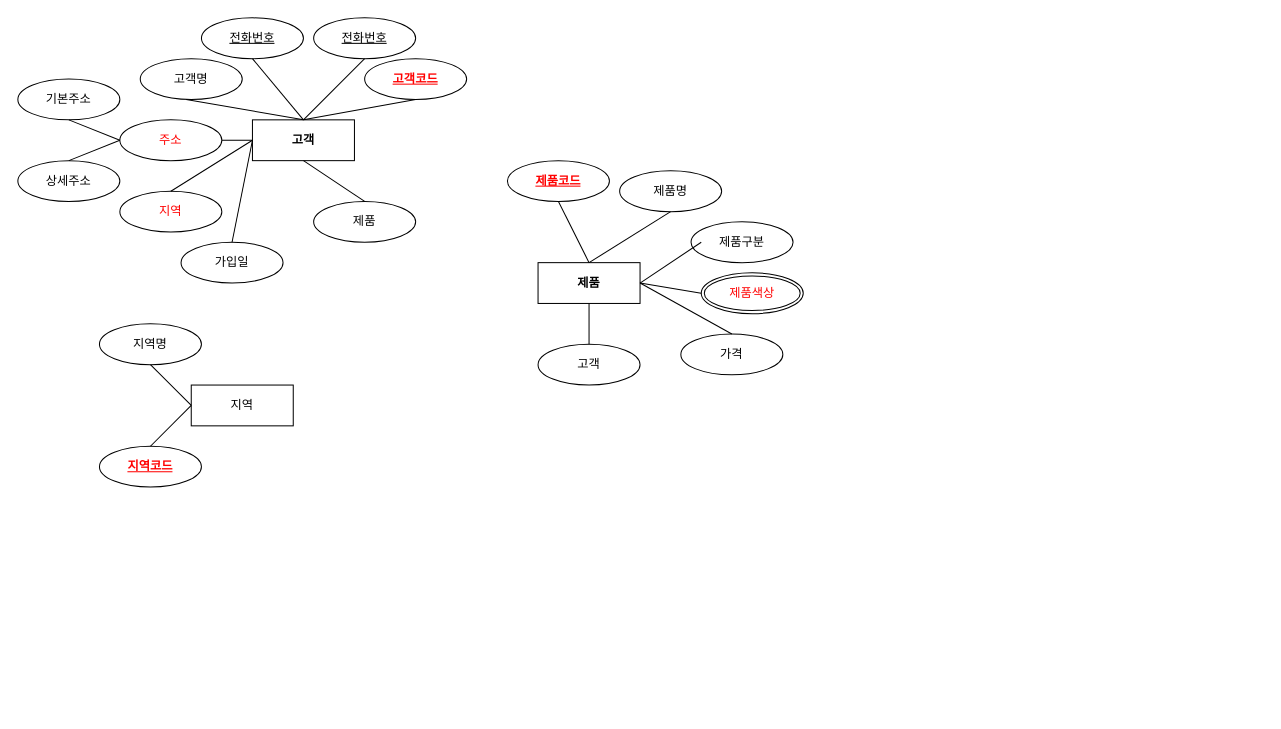
Earlier version of the draw.io diagram prodeuct.drawio (oin1230/OIN). Source tidied: cells renumbered, new cells numbered last; positions are measured from the earlier drawing's top-left corner, leaving out a move shared by most shapes. Both pictures are drawn from the tidied source at 102%, with x=0, y=0 at pixel (17, 17).
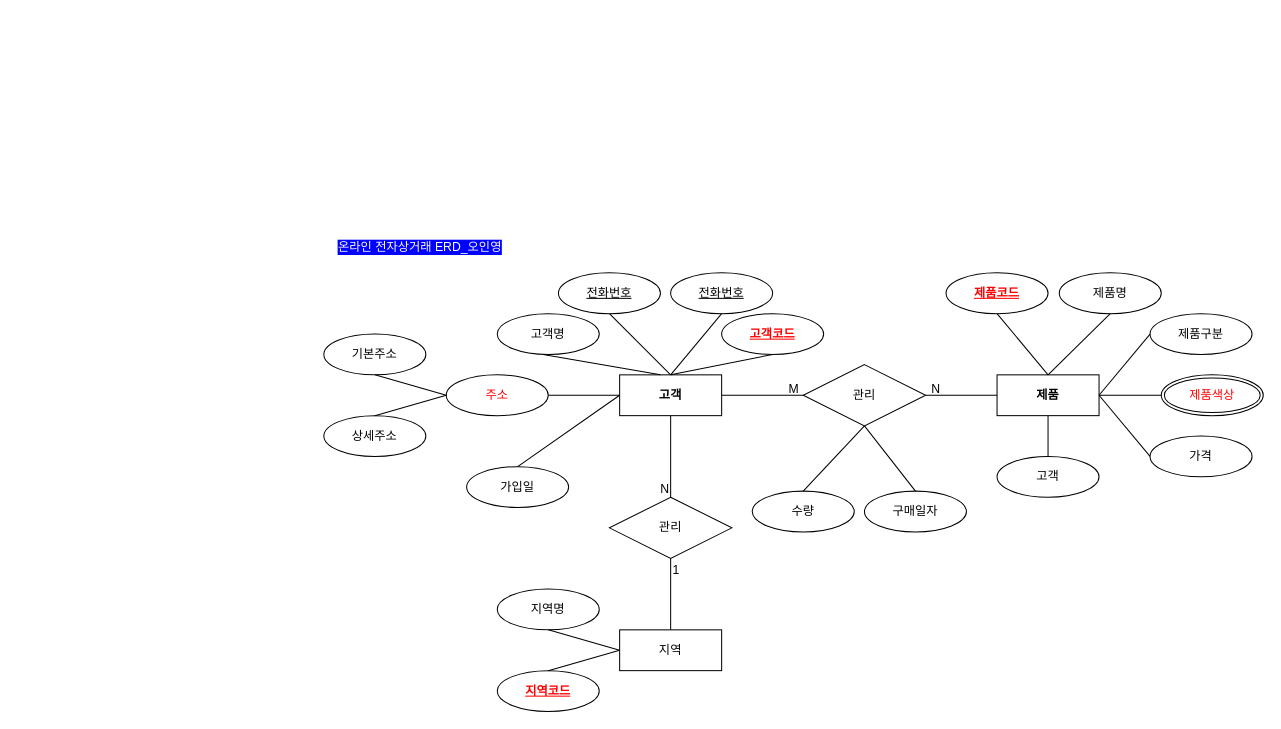
After the change.

Diff of the diagram source:
```diff
@@
     <mxCell id="2" value="고객" style="whiteSpace=wrap;html=1;align=center;fontStyle=1;" parent="1" vertex="1">
-      <mxGeometry x="230" y="100" width="100" height="40" as="geometry" />
+      <mxGeometry x="590" y="350" width="100" height="40" as="geometry" />
     </mxCell>
     <mxCell id="3" value="제품&lt;br&gt;" style="whiteSpace=wrap;html=1;align=center;fontStyle=1;" parent="1" vertex="1">
-      <mxGeometry x="510" y="240" width="100" height="40" as="geometry" />
+      <mxGeometry x="960" y="350" width="100" height="40" as="geometry" />
     </mxCell>
     <mxCell id="4" value="지역" style="whiteSpace=wrap;html=1;align=center;" parent="1" vertex="1">
-      <mxGeometry x="170" y="360" width="100" height="40" as="geometry" />
+      <mxGeometry x="590" y="600" width="100" height="40" as="geometry" />
     </mxCell>
     <mxCell id="5" value="전화번호" style="ellipse;whiteSpace=wrap;html=1;align=center;fontStyle=4;" parent="1" vertex="1">
-      <mxGeometry x="290" width="100" height="40" as="geometry" />
+      <mxGeometry x="640" y="250" width="100" height="40" as="geometry" />
     </mxCell>
     <mxCell id="6" value="전화번호" style="ellipse;whiteSpace=wrap;html=1;align=center;fontStyle=4;" parent="1" vertex="1">
-      <mxGeometry x="180" width="100" height="40" as="geometry" />
+      <mxGeometry x="530" y="250" width="100" height="40" as="geometry" />
     </mxCell>
     <mxCell id="7" value="고객명" style="ellipse;whiteSpace=wrap;html=1;align=center;" parent="1" vertex="1">
-      <mxGeometry x="120" y="40" width="100" height="40" as="geometry" />
+      <mxGeometry x="470" y="290" width="100" height="40" as="geometry" />
     </mxCell>
     <mxCell id="8" value="고객코드" style="ellipse;whiteSpace=wrap;html=1;align=center;fontStyle=5;fontColor=#FF0000;" parent="1" vertex="1">
-      <mxGeometry x="340" y="40" width="100" height="40" as="geometry" />
+      <mxGeometry x="690" y="290" width="100" height="40" as="geometry" />
     </mxCell>
     <mxCell id="9" value="제품코드" style="ellipse;whiteSpace=wrap;html=1;align=center;fontStyle=5;fontColor=#FF0000;" parent="1" vertex="1">
-      <mxGeometry x="480" y="140" width="100" height="40" as="geometry" />
+      <mxGeometry x="910" y="250" width="100" height="40" as="geometry" />
     </mxCell>
     <mxCell id="10" value="제품구분" style="ellipse;whiteSpace=wrap;html=1;align=center;fontStyle=0;" parent="1" vertex="1">
-      <mxGeometry x="660" y="200" width="100" height="40" as="geometry" />
+      <mxGeometry x="1110" y="290" width="100" height="40" as="geometry" />
     </mxCell>
     <mxCell id="11" value="제품명" style="ellipse;whiteSpace=wrap;html=1;align=center;fontStyle=0;" parent="1" vertex="1">
-      <mxGeometry x="590" y="150" width="100" height="40" as="geometry" />
+      <mxGeometry x="1021" y="250" width="100" height="40" as="geometry" />
     </mxCell>
     <mxCell id="12" value="제품색상" style="ellipse;shape=doubleEllipse;margin=3;whiteSpace=wrap;html=1;align=center;fontColor=#FF0000;" parent="1" vertex="1">
-      <mxGeometry x="670" y="250" width="100" height="40" as="geometry" />
+      <mxGeometry x="1121" y="350" width="100" height="40" as="geometry" />
     </mxCell>
     <mxCell id="13" value="가격" style="ellipse;whiteSpace=wrap;html=1;align=center;fontStyle=0;" parent="1" vertex="1">
-      <mxGeometry x="650" y="310" width="100" height="40" as="geometry" />
+      <mxGeometry x="1110" y="410" width="100" height="40" as="geometry" />
     </mxCell>
     <mxCell id="14" value="고객" style="ellipse;whiteSpace=wrap;html=1;align=center;fontStyle=0;" parent="1" vertex="1">
-      <mxGeometry x="510" y="320" width="100" height="40" as="geometry" />
+      <mxGeometry x="960" y="430" width="100" height="40" as="geometry" />
     </mxCell>
-    <mxCell id="15" value="제품" style="ellipse;whiteSpace=wrap;html=1;align=center;fontStyle=0;" parent="1" vertex="1">
-      <mxGeometry x="290" y="180" width="100" height="40" as="geometry" />
-    </mxCell>
     <mxCell id="16" value="가입일" style="ellipse;whiteSpace=wrap;html=1;align=center;" parent="1" vertex="1">
-      <mxGeometry x="160" y="220" width="100" height="40" as="geometry" />
+      <mxGeometry x="440" y="440" width="100" height="40" as="geometry" />
     </mxCell>
     <mxCell id="17" value="주소" style="ellipse;whiteSpace=wrap;html=1;align=center;fontColor=#FF0000;" parent="1" vertex="1">
-      <mxGeometry x="100" y="100" width="100" height="40" as="geometry" />
+      <mxGeometry x="420" y="350" width="100" height="40" as="geometry" />
     </mxCell>
     <mxCell id="18" value="기본주소" style="ellipse;whiteSpace=wrap;html=1;align=center;" parent="1" vertex="1">
-      <mxGeometry y="60" width="100" height="40" as="geometry" />
+      <mxGeometry x="300" y="310" width="100" height="40" as="geometry" />
     </mxCell>
     <mxCell id="19" value="상세주소" style="ellipse;whiteSpace=wrap;html=1;align=center;" parent="1" vertex="1">
-      <mxGeometry y="140" width="100" height="40" as="geometry" />
+      <mxGeometry x="300" y="390" width="100" height="40" as="geometry" />
     </mxCell>
     <mxCell id="20" value="지역명" style="ellipse;whiteSpace=wrap;html=1;align=center;" parent="1" vertex="1">
-      <mxGeometry x="80" y="300" width="100" height="40" as="geometry" />
+      <mxGeometry x="470" y="560" width="100" height="40" as="geometry" />
     </mxCell>
     <mxCell id="21" value="지역코드" style="ellipse;whiteSpace=wrap;html=1;align=center;fontStyle=5;fontColor=#FF0000;" parent="1" vertex="1">
-      <mxGeometry x="80" y="420" width="100" height="40" as="geometry" />
+      <mxGeometry x="470" y="640" width="100" height="40" as="geometry" />
     </mxCell>
-    <mxCell id="22" style="endArrow=none;html=1;rounded=0;entryX=0.5;entryY=1;entryDx=0;entryDy=0;exitX=0.5;exitY=0;exitDx=0;exitDy=0;" parent="1" edge="1" source="15" target="2">
-      <mxGeometry relative="1" as="geometry" />
-    </mxCell>
     <mxCell id="23" style="endArrow=none;html=1;rounded=0;exitX=0.5;exitY=0;exitDx=0;exitDy=0;" parent="1" edge="1" source="2">
       <mxGeometry relative="1" as="geometry">
-        <mxPoint x="340" y="40" as="targetPoint" />
+        <mxPoint x="690" y="290" as="targetPoint" />
       </mxGeometry>
     </mxCell>
@@
     <mxCell id="25" style="endArrow=none;html=1;rounded=0;entryX=0.5;entryY=1;entryDx=0;entryDy=0;" parent="1" edge="1" target="8">
       <mxGeometry relative="1" as="geometry">
-        <mxPoint x="280" y="100" as="sourcePoint" />
+        <mxPoint x="640" y="350" as="sourcePoint" />
       </mxGeometry>
     </mxCell>
     <mxCell id="26" style="endArrow=none;html=1;rounded=0;" parent="1" edge="1">
       <mxGeometry relative="1" as="geometry">
-        <mxPoint x="165" y="80" as="sourcePoint" />
-        <mxPoint x="280" y="100" as="targetPoint" />
+        <mxPoint x="515" y="330" as="sourcePoint" />
+        <mxPoint x="630" y="350" as="targetPoint" />
       </mxGeometry>
     </mxCell>
-    <mxCell id="27" style="endArrow=none;html=1;rounded=0;entryX=0;entryY=0.5;entryDx=0;entryDy=0;" parent="1" edge="1" target="2">
-      <mxGeometry relative="1" as="geometry">
-        <mxPoint x="200" y="120" as="sourcePoint" />
-      </mxGeometry>
+    <mxCell id="27" style="endArrow=none;html=1;rounded=0;entryX=0;entryY=0.5;entryDx=0;entryDy=0;exitX=1;exitY=0.5;exitDx=0;exitDy=0;" parent="1" edge="1" source="17" target="2">
+      <mxGeometry relative="1" as="geometry" />
     </mxCell>
-    <mxCell id="28" style="endArrow=none;html=1;rounded=0;entryX=0.5;entryY=1;entryDx=0;entryDy=0;exitX=0.5;exitY=1;exitDx=0;exitDy=0;" parent="1" edge="1" source="18">
-      <mxGeometry relative="1" as="geometry">
-        <mxPoint x="100" y="120" as="targetPoint" />
-      </mxGeometry>
+    <mxCell id="28" style="endArrow=none;html=1;rounded=0;entryX=0;entryY=0.5;entryDx=0;entryDy=0;exitX=0.5;exitY=1;exitDx=0;exitDy=0;" parent="1" edge="1" source="18" target="17">
+      <mxGeometry relative="1" as="geometry" />
     </mxCell>
-    <mxCell id="29" style="endArrow=none;html=1;rounded=0;entryX=0.5;entryY=1;entryDx=0;entryDy=0;fontStyle=1;exitX=0.5;exitY=0;exitDx=0;exitDy=0;" parent="1" edge="1" source="19">
+    <mxCell id="29" style="endArrow=none;html=1;rounded=0;fontStyle=1;exitX=0.5;exitY=0;exitDx=0;exitDy=0;" parent="1" edge="1" source="19">
       <mxGeometry relative="1" as="geometry">
-        <mxPoint x="100" y="120" as="targetPoint" />
+        <mxPoint x="420" y="370" as="targetPoint" />
       </mxGeometry>
     </mxCell>
-    <mxCell id="30" style="endArrow=none;html=1;rounded=0;entryX=0.5;entryY=1;entryDx=0;entryDy=0;exitX=0.5;exitY=0;exitDx=0;exitDy=0;" parent="1" edge="1" target="20">
-      <mxGeometry relative="1" as="geometry">
-        <mxPoint x="170" y="380" as="sourcePoint" />
-      </mxGeometry>
+    <mxCell id="30" style="endArrow=none;html=1;rounded=0;entryX=0.5;entryY=1;entryDx=0;entryDy=0;exitX=0;exitY=0.5;exitDx=0;exitDy=0;" parent="1" edge="1" source="4" target="20">
+      <mxGeometry relative="1" as="geometry" />
     </mxCell>
-    <mxCell id="31" style="endArrow=none;html=1;rounded=0;exitX=0.5;exitY=0;exitDx=0;exitDy=0;" parent="1" edge="1">
-      <mxGeometry relative="1" as="geometry">
-        <mxPoint x="130" y="420" as="sourcePoint" />
-        <mxPoint x="170" y="380" as="targetPoint" />
-      </mxGeometry>
+    <mxCell id="31" style="endArrow=none;html=1;rounded=0;exitX=0.5;exitY=0;exitDx=0;exitDy=0;entryX=0;entryY=0.5;entryDx=0;entryDy=0;" parent="1" edge="1" source="21" target="4">
+      <mxGeometry relative="1" as="geometry" />
     </mxCell>
     <mxCell id="32" style="endArrow=none;html=1;rounded=0;entryX=0.5;entryY=1;entryDx=0;entryDy=0;" parent="1" edge="1" target="11">
       <mxGeometry relative="1" as="geometry">
-        <mxPoint x="560" y="240" as="sourcePoint" />
+        <mxPoint x="1010" y="350" as="sourcePoint" />
       </mxGeometry>
     </mxCell>
@@
-    <mxCell id="34" style="endArrow=none;html=1;rounded=0;entryX=0.5;entryY=1;entryDx=0;entryDy=0;" parent="1" edge="1">
+    <mxCell id="34" style="endArrow=none;html=1;rounded=0;entryX=0;entryY=0.5;entryDx=0;entryDy=0;" parent="1" edge="1" target="10">
       <mxGeometry relative="1" as="geometry">
-        <mxPoint x="610" y="260" as="sourcePoint" />
-        <mxPoint x="670" y="220" as="targetPoint" />
+        <mxPoint x="1060" y="370" as="sourcePoint" />
       </mxGeometry>
     </mxCell>
@@
-    <mxCell id="36" style="endArrow=none;html=1;rounded=0;entryX=0.5;entryY=0;entryDx=0;entryDy=0;exitX=1;exitY=0.5;exitDx=0;exitDy=0;" parent="1" edge="1" source="3" target="13">
+    <mxCell id="36" style="endArrow=none;html=1;rounded=0;entryX=0;entryY=0.5;entryDx=0;entryDy=0;exitX=1;exitY=0.5;exitDx=0;exitDy=0;" parent="1" edge="1" source="3" target="13">
       <mxGeometry relative="1" as="geometry" />
     </mxCell>
     <mxCell id="37" style="endArrow=none;html=1;rounded=0;entryX=0.5;entryY=0;entryDx=0;entryDy=0;exitX=1;exitY=0.5;exitDx=0;exitDy=0;" parent="1" edge="1" target="14">
       <mxGeometry relative="1" as="geometry">
-        <mxPoint x="560" y="280" as="sourcePoint" />
+        <mxPoint x="1010" y="390" as="sourcePoint" />
       </mxGeometry>
     </mxCell>
@@
-    <mxCell id="39" value="지역" style="ellipse;whiteSpace=wrap;html=1;align=center;fontColor=#FF0000;" parent="1" vertex="1">
-      <mxGeometry x="100" y="170" width="100" height="40" as="geometry" />
-    </mxCell>
-    <mxCell id="40" style="endArrow=none;html=1;rounded=0;exitX=0.5;exitY=0;exitDx=0;exitDy=0;" parent="1" edge="1" source="39">
-      <mxGeometry relative="1" as="geometry">
-        <mxPoint x="230" y="120" as="targetPoint" />
-      </mxGeometry>
-    </mxCell>
+    <mxCell id="41" value="관리" style="shape=rhombus;perimeter=rhombusPerimeter;whiteSpace=wrap;html=1;align=center;" parent="1" vertex="1">
+      <mxGeometry x="580" y="470" width="120" height="60" as="geometry" />
+    </mxCell>
+    <mxCell id="42" value="관리" style="shape=rhombus;perimeter=rhombusPerimeter;whiteSpace=wrap;html=1;align=center;" parent="1" vertex="1">
+      <mxGeometry x="770" y="340" width="120" height="60" as="geometry" />
+    </mxCell>
+    <mxCell id="43" style="endArrow=none;html=1;rounded=0;entryX=0.5;entryY=1;entryDx=0;entryDy=0;exitX=0.5;exitY=0;exitDx=0;exitDy=0;" parent="1" edge="1" source="4" target="41">
+      <mxGeometry relative="1" as="geometry" />
+    </mxCell>
+    <mxCell id="44" value="1" style="html=1;whiteSpace=wrap;align=right;verticalAlign=bottom;" parent="43" vertex="1">
+      <mxGeometry x="1" relative="1" as="geometry">
+        <mxPoint x="10" y="20" as="offset" />
+      </mxGeometry>
+    </mxCell>
+    <mxCell id="45" style="endArrow=none;html=1;rounded=0;exitX=0.5;exitY=1;exitDx=0;exitDy=0;entryX=0.5;entryY=0;entryDx=0;entryDy=0;" parent="1" edge="1" source="2" target="41">
+      <mxGeometry relative="1" as="geometry" />
+    </mxCell>
+    <mxCell id="46" value="N" style="html=1;whiteSpace=wrap;align=right;verticalAlign=bottom;" parent="45" vertex="1">
+      <mxGeometry x="1" relative="1" as="geometry" />
+    </mxCell>
+    <mxCell id="47" style="endArrow=none;html=1;rounded=0;entryX=0;entryY=0.5;entryDx=0;entryDy=0;" parent="1" edge="1" target="42">
+      <mxGeometry relative="1" as="geometry">
+        <mxPoint x="770" y="370" as="sourcePoint" />
+      </mxGeometry>
+    </mxCell>
+    <mxCell id="48" style="endArrow=none;html=1;rounded=0;entryX=0;entryY=0.5;entryDx=0;entryDy=0;exitX=1;exitY=0.5;exitDx=0;exitDy=0;" parent="1" edge="1" source="2" target="42">
+      <mxGeometry relative="1" as="geometry" />
+    </mxCell>
+    <mxCell id="49" style="endArrow=none;html=1;rounded=0;entryX=0;entryY=0.5;entryDx=0;entryDy=0;" parent="1" edge="1" target="3">
+      <mxGeometry relative="1" as="geometry">
+        <mxPoint x="890" y="370" as="sourcePoint" />
+      </mxGeometry>
+    </mxCell>
+    <mxCell id="50" value="M" style="text;strokeColor=none;fillColor=none;spacingLeft=4;spacingRight=4;overflow=hidden;fontSize=12;whiteSpace=wrap;html=1;" parent="1" vertex="1">
+      <mxGeometry x="750" y="350" width="20" height="20" as="geometry" />
+    </mxCell>
+    <mxCell id="51" value="N" style="text;strokeColor=none;fillColor=none;spacingLeft=4;spacingRight=4;overflow=hidden;fontSize=12;whiteSpace=wrap;html=1;" parent="1" vertex="1">
+      <mxGeometry x="890" y="350" width="20" height="20" as="geometry" />
+    </mxCell>
+    <mxCell id="52" value="온라인 전자상거래 ERD_오인영" style="text;html=1;align=center;verticalAlign=middle;strokeColor=none;fillColor=none;labelBackgroundColor=#0000FF;fontColor=#FFFFFF;" parent="1" vertex="1">
+      <mxGeometry x="299" y="210" width="190" height="30" as="geometry" />
+    </mxCell>
+    <mxCell id="53" value="구매일자" style="ellipse;whiteSpace=wrap;html=1;align=center;fontStyle=0;" parent="1" vertex="1">
+      <mxGeometry x="830" y="464" width="100" height="40" as="geometry" />
+    </mxCell>
+    <mxCell id="54" value="수량" style="ellipse;whiteSpace=wrap;html=1;align=center;fontStyle=0;" parent="1" vertex="1">
+      <mxGeometry x="720" y="464" width="100" height="40" as="geometry" />
+    </mxCell>
+    <mxCell id="55" style="endArrow=none;html=1;rounded=0;entryX=0.5;entryY=0;entryDx=0;entryDy=0;exitX=0.5;exitY=1;exitDx=0;exitDy=0;" parent="1" edge="1" source="42" target="54">
+      <mxGeometry relative="1" as="geometry" />
+    </mxCell>
+    <mxCell id="56" style="endArrow=none;html=1;rounded=0;entryX=0.5;entryY=0;entryDx=0;entryDy=0;exitX=0.5;exitY=1;exitDx=0;exitDy=0;" parent="1" edge="1" source="42" target="53">
+      <mxGeometry relative="1" as="geometry" />
+    </mxCell>
```
